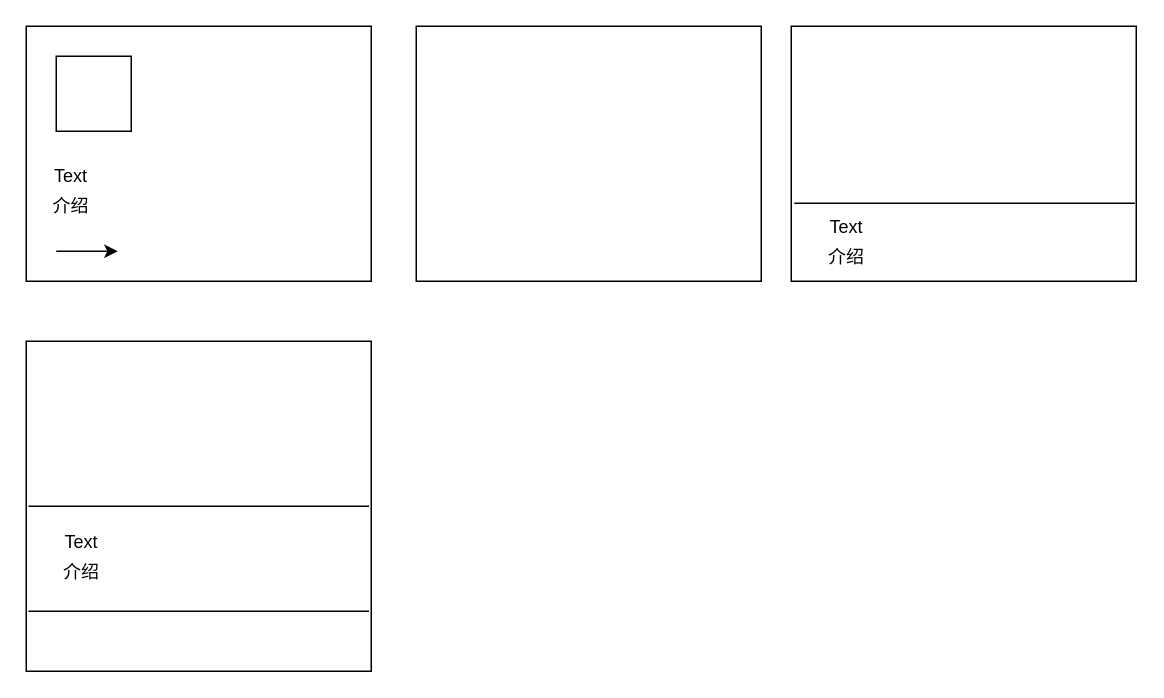
Earlier version of the draw.io diagram DIR/卡片组件.drawio (LiuYi217/drawio). Source tidied: cells renumbered, new cells numbered last; positions are measured from the earlier drawing's top-left corner, leaving out a move shared by most shapes. Both pictures are drawn from the tidied source at 150%, with x=0, y=0 at pixel (26, 26).
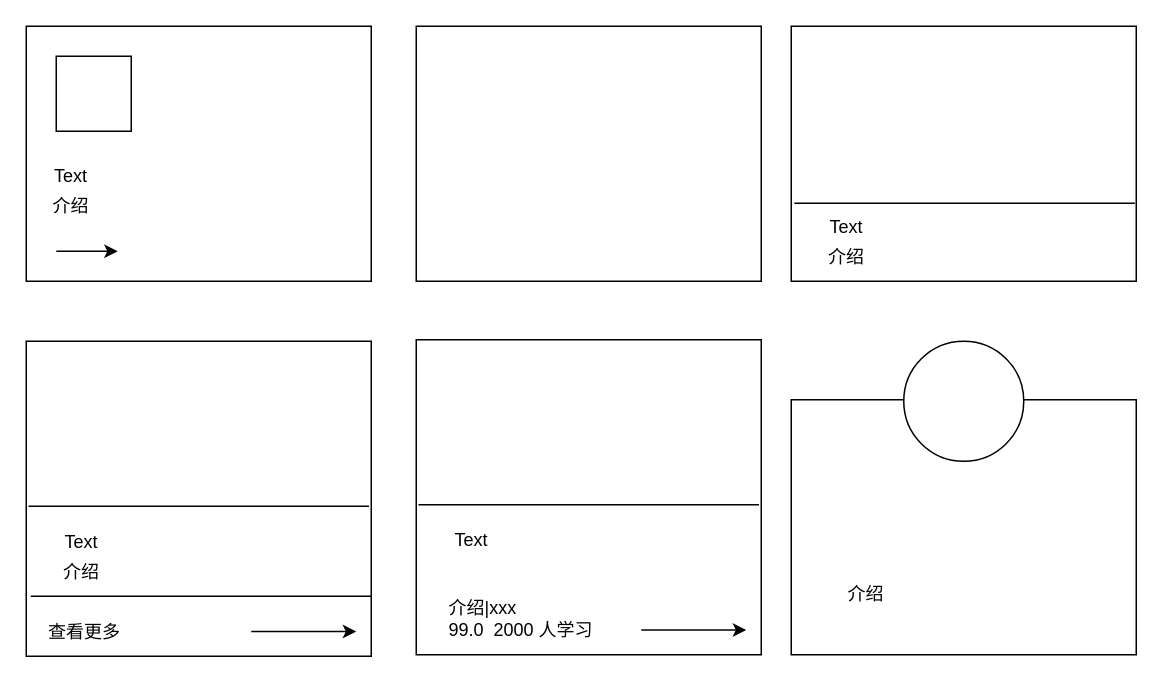
Above is the later version.

Commit message (it also covers changes not shown here):
更新卡片组件.drawio

What changed in the source:
```diff
@@
     <mxCell id="12" style="rounded=0;whiteSpace=wrap;html=1;" parent="1" vertex="1">
-      <mxGeometry y="210" width="230" height="220" as="geometry" />
+      <mxGeometry y="210" width="230" height="210" as="geometry" />
     </mxCell>
@@
     <mxCell id="16" style="endArrow=none;html=1;rounded=0;exitX=0.996;exitY=0.694;exitDx=0;exitDy=0;exitPerimeter=0;entryX=0.009;entryY=0.694;entryDx=0;entryDy=0;entryPerimeter=0;" parent="1" edge="1">
       <mxGeometry relative="1" as="geometry">
-        <mxPoint x="228.5" y="390" as="sourcePoint" />
-        <mxPoint x="1.5" y="390" as="targetPoint" />
+        <mxPoint x="230" y="380" as="sourcePoint" />
+        <mxPoint x="3" y="380" as="targetPoint" />
       </mxGeometry>
     </mxCell>
+    <mxCell id="17" value="查看更多" style="text;strokeColor=none;align=center;fillColor=none;html=1;verticalAlign=middle;whiteSpace=wrap;rounded=0;" parent="1" vertex="1">
+      <mxGeometry x="9" y="389" width="60" height="30" as="geometry" />
+    </mxCell>
+    <mxCell id="18" style="endArrow=classic;html=1;rounded=0;" parent="1" edge="1">
+      <mxGeometry relative="1" as="geometry">
+        <mxPoint x="150" y="403.5" as="sourcePoint" />
+        <mxPoint x="220" y="403.5" as="targetPoint" />
+      </mxGeometry>
+    </mxCell>
+    <mxCell id="19" style="rounded=0;whiteSpace=wrap;html=1;" parent="1" vertex="1">
+      <mxGeometry x="260" y="209" width="230" height="210" as="geometry" />
+    </mxCell>
+    <mxCell id="20" style="endArrow=none;html=1;rounded=0;exitX=0.996;exitY=0.694;exitDx=0;exitDy=0;exitPerimeter=0;entryX=0.009;entryY=0.694;entryDx=0;entryDy=0;entryPerimeter=0;" parent="1" edge="1">
+      <mxGeometry relative="1" as="geometry">
+        <mxPoint x="488.5" y="319" as="sourcePoint" />
+        <mxPoint x="261.5" y="319" as="targetPoint" />
+      </mxGeometry>
+    </mxCell>
+    <mxCell id="21" value="Text" style="text;strokeColor=none;align=center;fillColor=none;html=1;verticalAlign=middle;whiteSpace=wrap;rounded=0;" parent="1" vertex="1">
+      <mxGeometry x="267" y="333" width="60" height="20" as="geometry" />
+    </mxCell>
+    <mxCell id="22" value="介绍|xxx&lt;div&gt;99.0&amp;nbsp; 2000 人学习&lt;/div&gt;" style="text;strokeColor=none;align=left;fillColor=none;html=1;verticalAlign=middle;whiteSpace=wrap;rounded=0;" parent="1" vertex="1">
+      <mxGeometry x="280" y="380" width="100" height="30" as="geometry" />
+    </mxCell>
+    <mxCell id="23" style="endArrow=classic;html=1;rounded=0;" parent="1" edge="1">
+      <mxGeometry relative="1" as="geometry">
+        <mxPoint x="410" y="402.5" as="sourcePoint" />
+        <mxPoint x="480" y="402.5" as="targetPoint" />
+      </mxGeometry>
+    </mxCell>
+    <mxCell id="24" style="rounded=0;whiteSpace=wrap;html=1;" parent="1" vertex="1">
+      <mxGeometry x="510" y="249" width="230" height="170" as="geometry" />
+    </mxCell>
+    <mxCell id="25" value="介绍" style="text;strokeColor=none;align=center;fillColor=none;html=1;verticalAlign=middle;whiteSpace=wrap;rounded=0;" parent="1" vertex="1">
+      <mxGeometry x="530" y="369" width="60" height="20" as="geometry" />
+    </mxCell>
+    <mxCell id="26" style="ellipse;whiteSpace=wrap;html=1;" parent="1" vertex="1">
+      <mxGeometry x="585" y="210" width="80" height="80" as="geometry" />
+    </mxCell>
```
